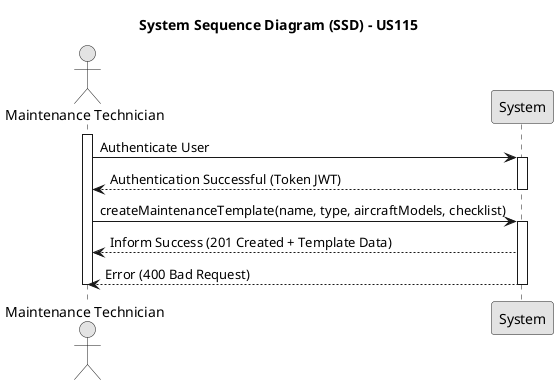
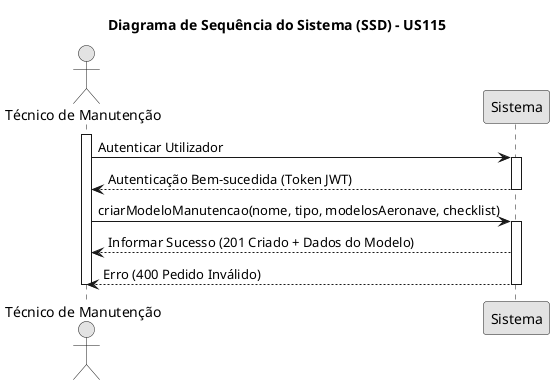
@startuml
skinparam monochrome true
skinparam shadowing false

- title System Sequence Diagram (SSD) - US115
+ title Diagrama de Sequência do Sistema (SSD) - US115

- actor "Maintenance Technician" as User
- participant "System" as System
+ actor "Técnico de Manutenção" as User
+ participant "Sistema" as System

activate User

- 
- User -> System : Authenticate User
+ User -> System : Autenticar Utilizador
activate System
- System --> User : Authentication Successful (Token JWT)
+ System --> User : Autenticação Bem-sucedida (Token JWT)
deactivate System

- User -> System : createMaintenanceTemplate(name, type, aircraftModels, checklist)
+ User -> System : criarModeloManutencao(nome, tipo, modelosAeronave, checklist)
activate System

+ System --> User : Informar Sucesso (201 Criado + Dados do Modelo)
+ System --> User : Erro (400 Pedido Inválido)

- System --> User : Inform Success (201 Created + Template Data)
- System --> User : Error (400 Bad Request)
deactivate System
- 
deactivate User
- @endif+ @enduml